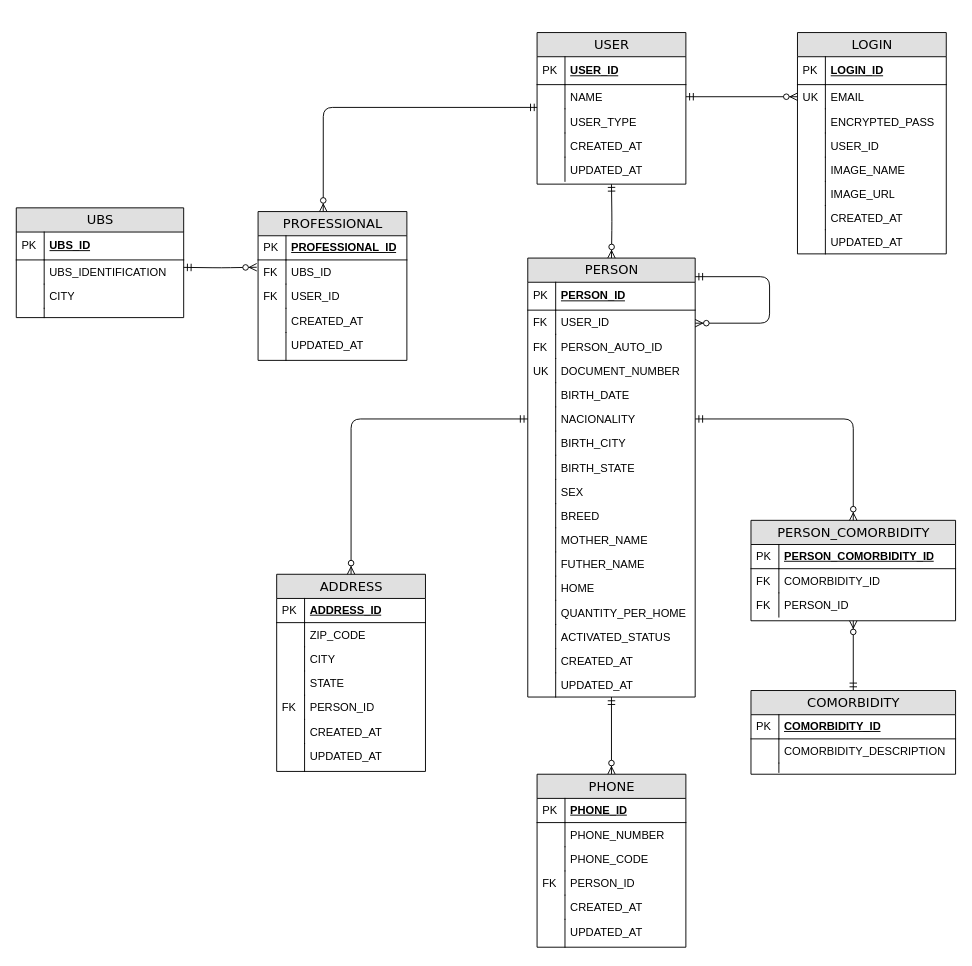
The draw.io diagram docs/modelagem/modelagem.drawio in mecassauro/docs, before the edit. Source tidied: cells renumbered, new cells numbered last; positions are measured from the earlier drawing's top-left corner, leaving out a move shared by most shapes. Both pictures are drawn from the tidied source at 93%, with x=0, y=0 at pixel (16, 33).
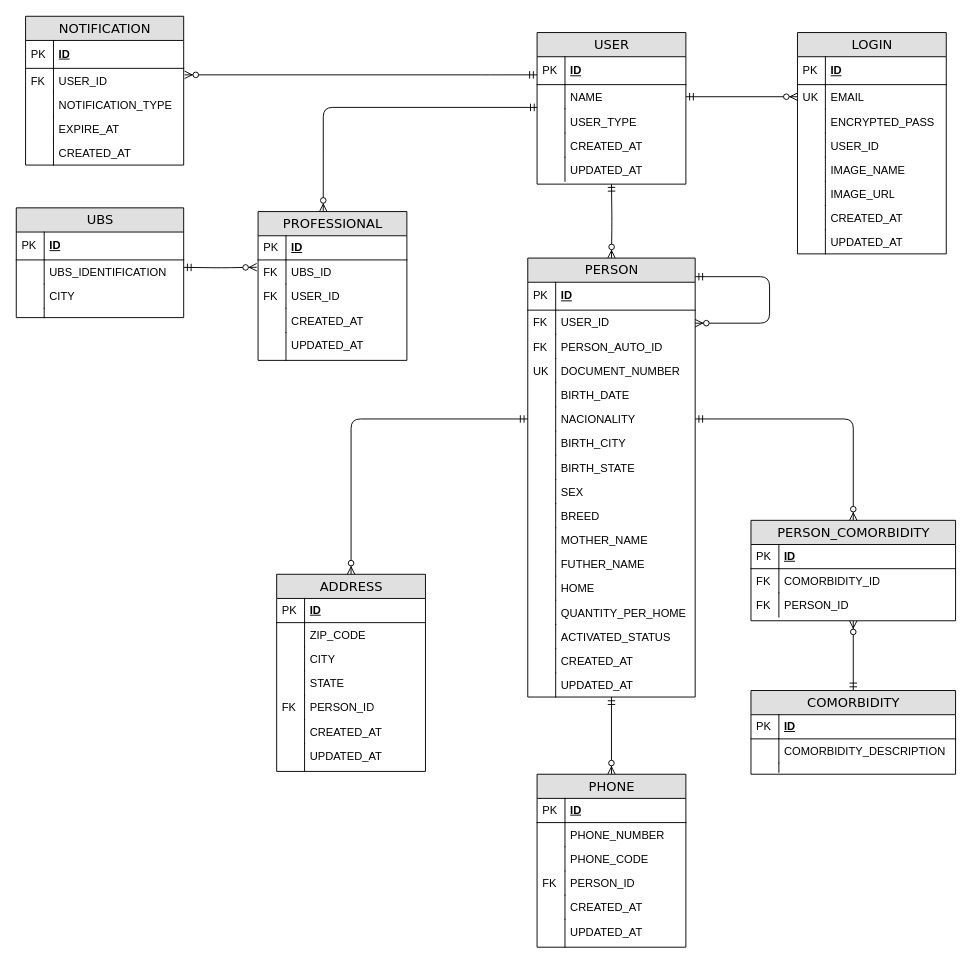
The same page after the edit.

Commit message (it also covers changes not shown here):
Adicionando nova tabela ao banco de dados, a NOTIFICATION

The change refers to these unchanged cells:
```xml
<mxCell id="2" value="PROFESSIONAL" style="swimlane;html=1;fontStyle=0;horizontal=1;startSize=26;fillColor=#e0e0e0;swimlaneFillColor=#ffffff;align=center;rounded=0;shadow=0;comic=0;labelBackgroundColor=none;strokeWidth=1;fontFamily=Verdana;fontSize=14;" parent="1" vertex="1">
  <mxGeometry x="260" y="192" width="160" height="160" as="geometry" />
</mxCell>
<mxCell id="13" value="PERSON" style="swimlane;html=1;fontStyle=0;horizontal=1;startSize=26;fillColor=#e0e0e0;swimlaneFillColor=#ffffff;align=center;rounded=0;shadow=0;comic=0;labelBackgroundColor=none;strokeWidth=1;fontFamily=Verdana;fontSize=14;" parent="1" vertex="1">
  <mxGeometry x="550" y="242" width="180" height="472" as="geometry" />
</mxCell>
<mxCell id="49" value="UBS" style="swimlane;html=1;fontStyle=0;horizontal=1;startSize=26;fillColor=#e0e0e0;swimlaneFillColor=#ffffff;align=center;rounded=0;shadow=0;comic=0;labelBackgroundColor=none;strokeWidth=1;fontFamily=Verdana;fontSize=14;" parent="1" vertex="1">
  <mxGeometry y="188" width="180" height="118" as="geometry" />
</mxCell>
<mxCell id="58" value="ADDRESS" style="swimlane;html=1;fontStyle=0;horizontal=1;startSize=26;fillColor=#e0e0e0;swimlaneFillColor=#ffffff;align=center;rounded=0;shadow=0;comic=0;labelBackgroundColor=none;strokeWidth=1;fontFamily=Verdana;fontSize=14;" parent="1" vertex="1">
  <mxGeometry x="280" y="582" width="160" height="212" as="geometry" />
</mxCell>
<mxCell id="73" value="PERSON_COMORBIDITY" style="swimlane;html=1;fontStyle=0;horizontal=1;startSize=26;fillColor=#e0e0e0;swimlaneFillColor=#ffffff;align=center;rounded=0;shadow=0;comic=0;labelBackgroundColor=none;strokeWidth=1;fontFamily=Verdana;fontSize=14;" parent="1" vertex="1">
  <mxGeometry x="790" y="524" width="220" height="108" as="geometry" />
</mxCell>
<mxCell id="84" value="COMORBIDITY" style="swimlane;html=1;fontStyle=0;horizontal=1;startSize=26;fillColor=#e0e0e0;swimlaneFillColor=#ffffff;align=center;rounded=0;shadow=0;comic=0;labelBackgroundColor=none;strokeWidth=1;fontFamily=Verdana;fontSize=14;" parent="1" vertex="1">
  <mxGeometry x="790" y="707" width="220" height="90" as="geometry" />
</mxCell>
<mxCell id="95" value="USER" style="swimlane;html=1;fontStyle=0;horizontal=1;startSize=26;fillColor=#e0e0e0;swimlaneFillColor=#ffffff;align=center;rounded=0;shadow=0;comic=0;labelBackgroundColor=none;strokeWidth=1;fontFamily=Verdana;fontSize=14;swimlaneLine=1;" parent="1" vertex="1">
  <mxGeometry x="560" y="-0.5" width="160" height="163" as="geometry" />
</mxCell>
<mxCell id="106" value="LOGIN" style="swimlane;html=1;fontStyle=0;horizontal=1;startSize=26;fillColor=#e0e0e0;swimlaneFillColor=#ffffff;align=center;rounded=0;shadow=0;comic=0;labelBackgroundColor=none;strokeWidth=1;fontFamily=Verdana;fontSize=14;swimlaneLine=1;" parent="1" vertex="1">
  <mxGeometry x="840" y="-0.5" width="160" height="238" as="geometry" />
</mxCell>
<mxCell id="123" value="PHONE" style="swimlane;html=1;fontStyle=0;horizontal=1;startSize=26;fillColor=#e0e0e0;swimlaneFillColor=#ffffff;align=center;rounded=0;shadow=0;comic=0;labelBackgroundColor=none;strokeWidth=1;fontFamily=Verdana;fontSize=14;" parent="1" vertex="1">
  <mxGeometry x="560" y="797" width="160" height="186" as="geometry" />
</mxCell>
```

What changed in the source:
```diff
@@
-    <mxCell id="3" value="PROFESSIONAL_ID" style="shape=partialRectangle;top=0;left=0;right=0;bottom=1;html=1;align=left;verticalAlign=middle;fillColor=none;spacingLeft=34;spacingRight=4;whiteSpace=wrap;overflow=hidden;fontStyle=5;" parent="2" vertex="1">
+    <mxCell id="3" value="ID" style="shape=partialRectangle;top=0;left=0;right=0;bottom=1;html=1;align=left;verticalAlign=middle;fillColor=none;spacingLeft=34;spacingRight=4;whiteSpace=wrap;overflow=hidden;fontStyle=5;" parent="2" vertex="1">
       <mxGeometry y="26" width="160" height="26" as="geometry" />
     </mxCell>
@@
-    <mxCell id="14" value="PERSON_ID" style="shape=partialRectangle;top=0;left=0;right=0;bottom=1;html=1;align=left;verticalAlign=middle;fillColor=none;spacingLeft=34;spacingRight=4;whiteSpace=wrap;overflow=hidden;fontStyle=5;" parent="13" vertex="1">
+    <mxCell id="14" value="ID" style="shape=partialRectangle;top=0;left=0;right=0;bottom=1;html=1;align=left;verticalAlign=middle;fillColor=none;spacingLeft=34;spacingRight=4;whiteSpace=wrap;overflow=hidden;fontStyle=5;" parent="13" vertex="1">
       <mxGeometry y="26" width="180" height="30" as="geometry" />
     </mxCell>
@@
-    <mxCell id="50" value="UBS_ID" style="shape=partialRectangle;top=0;left=0;right=0;bottom=1;html=1;align=left;verticalAlign=middle;fillColor=none;spacingLeft=34;spacingRight=4;whiteSpace=wrap;overflow=hidden;fontStyle=5;" parent="49" vertex="1">
+    <mxCell id="50" value="ID" style="shape=partialRectangle;top=0;left=0;right=0;bottom=1;html=1;align=left;verticalAlign=middle;fillColor=none;spacingLeft=34;spacingRight=4;whiteSpace=wrap;overflow=hidden;fontStyle=5;" parent="49" vertex="1">
       <mxGeometry y="26" width="180" height="30" as="geometry" />
     </mxCell>
@@
-    <mxCell id="59" value="ADDRESS_ID" style="shape=partialRectangle;top=0;left=0;right=0;bottom=1;html=1;align=left;verticalAlign=middle;fillColor=none;spacingLeft=34;spacingRight=4;whiteSpace=wrap;overflow=hidden;fontStyle=5;" parent="58" vertex="1">
+    <mxCell id="59" value="ID" style="shape=partialRectangle;top=0;left=0;right=0;bottom=1;html=1;align=left;verticalAlign=middle;fillColor=none;spacingLeft=34;spacingRight=4;whiteSpace=wrap;overflow=hidden;fontStyle=5;" parent="58" vertex="1">
       <mxGeometry y="26" width="160" height="26" as="geometry" />
     </mxCell>
@@
-    <mxCell id="74" value="PERSON_COMORBIDITY_ID" style="shape=partialRectangle;top=0;left=0;right=0;bottom=1;html=1;align=left;verticalAlign=middle;fillColor=none;spacingLeft=34;spacingRight=4;whiteSpace=wrap;overflow=hidden;fontStyle=5;" parent="73" vertex="1">
+    <mxCell id="74" value="ID" style="shape=partialRectangle;top=0;left=0;right=0;bottom=1;html=1;align=left;verticalAlign=middle;fillColor=none;spacingLeft=34;spacingRight=4;whiteSpace=wrap;overflow=hidden;fontStyle=5;" parent="73" vertex="1">
       <mxGeometry y="26" width="220" height="26" as="geometry" />
     </mxCell>
@@
-    <mxCell id="85" value="COMORBIDITY_ID" style="shape=partialRectangle;top=0;left=0;right=0;bottom=1;html=1;align=left;verticalAlign=middle;fillColor=none;spacingLeft=34;spacingRight=4;whiteSpace=wrap;overflow=hidden;fontStyle=5;" parent="84" vertex="1">
+    <mxCell id="85" value="ID" style="shape=partialRectangle;top=0;left=0;right=0;bottom=1;html=1;align=left;verticalAlign=middle;fillColor=none;spacingLeft=34;spacingRight=4;whiteSpace=wrap;overflow=hidden;fontStyle=5;" parent="84" vertex="1">
       <mxGeometry y="26" width="220" height="26" as="geometry" />
     </mxCell>
@@
-    <mxCell id="96" value="USER_ID" style="shape=partialRectangle;top=0;left=0;right=0;bottom=1;html=1;align=left;verticalAlign=middle;fillColor=none;spacingLeft=34;spacingRight=4;whiteSpace=wrap;overflow=hidden;points=[[0,0.5],[1,0.5]];portConstraint=eastwest;fontStyle=5;" parent="95" vertex="1">
+    <mxCell id="96" value="ID" style="shape=partialRectangle;top=0;left=0;right=0;bottom=1;html=1;align=left;verticalAlign=middle;fillColor=none;spacingLeft=34;spacingRight=4;whiteSpace=wrap;overflow=hidden;points=[[0,0.5],[1,0.5]];portConstraint=eastwest;fontStyle=5;" parent="95" vertex="1">
       <mxGeometry y="26" width="160" height="30" as="geometry" />
     </mxCell>
@@
-    <mxCell id="107" value="LOGIN_ID" style="shape=partialRectangle;top=0;left=0;right=0;bottom=1;html=1;align=left;verticalAlign=middle;fillColor=none;spacingLeft=34;spacingRight=4;whiteSpace=wrap;overflow=hidden;fontStyle=5;" parent="106" vertex="1">
+    <mxCell id="107" value="&lt;span&gt;ID&lt;/span&gt;" style="shape=partialRectangle;top=0;left=0;right=0;bottom=1;html=1;align=left;verticalAlign=middle;fillColor=none;spacingLeft=34;spacingRight=4;whiteSpace=wrap;overflow=hidden;fontStyle=5;" parent="106" vertex="1">
       <mxGeometry y="26" width="160" height="30" as="geometry" />
     </mxCell>
@@
-    <mxCell id="124" value="PHONE_ID" style="shape=partialRectangle;top=0;left=0;right=0;bottom=1;html=1;align=left;verticalAlign=middle;fillColor=none;spacingLeft=34;spacingRight=4;whiteSpace=wrap;overflow=hidden;fontStyle=5;" parent="123" vertex="1">
+    <mxCell id="124" value="ID" style="shape=partialRectangle;top=0;left=0;right=0;bottom=1;html=1;align=left;verticalAlign=middle;fillColor=none;spacingLeft=34;spacingRight=4;whiteSpace=wrap;overflow=hidden;fontStyle=5;" parent="123" vertex="1">
       <mxGeometry y="26" width="160" height="26" as="geometry" />
     </mxCell>
@@
+    <mxCell id="136" value="NOTIFICATION" style="swimlane;html=1;fontStyle=0;horizontal=1;startSize=26;fillColor=#e0e0e0;swimlaneFillColor=#ffffff;align=center;rounded=0;shadow=0;comic=0;labelBackgroundColor=none;strokeWidth=1;fontFamily=Verdana;fontSize=14;swimlaneLine=1;" parent="1" vertex="1">
+      <mxGeometry x="10" y="-18" width="170" height="160" as="geometry" />
+    </mxCell>
+    <mxCell id="137" value="ID" style="shape=partialRectangle;top=0;left=0;right=0;bottom=1;html=1;align=left;verticalAlign=middle;fillColor=none;spacingLeft=34;spacingRight=4;whiteSpace=wrap;overflow=hidden;fontStyle=5;" parent="136" vertex="1">
+      <mxGeometry y="26" width="170" height="30" as="geometry" />
+    </mxCell>
+    <mxCell id="138" value="PK" style="shape=partialRectangle;top=0;left=0;bottom=0;html=1;fillColor=none;align=left;verticalAlign=middle;spacingLeft=4;spacingRight=4;whiteSpace=wrap;overflow=hidden;" parent="137" vertex="1">
+      <mxGeometry width="30" height="30" as="geometry" />
+    </mxCell>
+    <mxCell id="139" value="USER_ID" style="shape=partialRectangle;top=0;left=0;right=0;bottom=0;html=1;align=left;verticalAlign=top;fillColor=none;spacingLeft=34;spacingRight=4;whiteSpace=wrap;overflow=hidden;points=[[0,0.5],[1,0.5]];portConstraint=eastwest;" parent="136" vertex="1">
+      <mxGeometry y="56" width="170" height="26" as="geometry" />
+    </mxCell>
+    <mxCell id="140" value="FK" style="shape=partialRectangle;top=0;left=0;bottom=0;html=1;fillColor=none;align=left;verticalAlign=top;spacingLeft=4;spacingRight=4;whiteSpace=wrap;overflow=hidden;" parent="139" vertex="1">
+      <mxGeometry width="30" height="26" as="geometry" />
+    </mxCell>
+    <mxCell id="141" value="NOTIFICATION_TYPE" style="shape=partialRectangle;top=0;left=0;right=0;bottom=0;html=1;align=left;verticalAlign=top;fillColor=none;spacingLeft=34;spacingRight=4;whiteSpace=wrap;overflow=hidden;" parent="136" vertex="1">
+      <mxGeometry y="82" width="170" height="26" as="geometry" />
+    </mxCell>
+    <mxCell id="142" style="shape=partialRectangle;top=0;left=0;bottom=0;html=1;fillColor=none;align=left;verticalAlign=top;spacingLeft=4;spacingRight=4;whiteSpace=wrap;overflow=hidden;" parent="141" vertex="1">
+      <mxGeometry width="30" height="26" as="geometry" />
+    </mxCell>
+    <mxCell id="143" value="EXPIRE_AT" style="shape=partialRectangle;top=0;left=0;right=0;bottom=0;html=1;align=left;verticalAlign=top;fillColor=none;spacingLeft=34;spacingRight=4;whiteSpace=wrap;overflow=hidden;" parent="136" vertex="1">
+      <mxGeometry y="108" width="170" height="26" as="geometry" />
+    </mxCell>
+    <mxCell id="144" style="shape=partialRectangle;top=0;left=0;bottom=0;html=1;fillColor=none;align=left;verticalAlign=top;spacingLeft=4;spacingRight=4;whiteSpace=wrap;overflow=hidden;" parent="143" vertex="1">
+      <mxGeometry width="30" height="26" as="geometry" />
+    </mxCell>
+    <mxCell id="145" value="CREATED_AT" style="shape=partialRectangle;top=0;left=0;right=0;bottom=0;html=1;align=left;verticalAlign=top;fillColor=none;spacingLeft=34;spacingRight=4;whiteSpace=wrap;overflow=hidden;" parent="136" vertex="1">
+      <mxGeometry y="134" width="170" height="26" as="geometry" />
+    </mxCell>
+    <mxCell id="146" style="shape=partialRectangle;top=0;left=0;bottom=0;html=1;fillColor=none;align=left;verticalAlign=top;spacingLeft=4;spacingRight=4;whiteSpace=wrap;overflow=hidden;" parent="145" vertex="1">
+      <mxGeometry width="30" height="26" as="geometry" />
+    </mxCell>
+    <mxCell id="147" style="edgeStyle=orthogonalEdgeStyle;html=1;endArrow=ERzeroToMany;startArrow=ERmandOne;labelBackgroundColor=none;fontFamily=Verdana;fontSize=14;entryX=1.006;entryY=0.269;entryDx=0;entryDy=0;entryPerimeter=0;" parent="1" edge="1" source="96" target="139">
+      <mxGeometry relative="1" as="geometry">
+        <Array as="points">
+          <mxPoint x="510" y="45" />
+          <mxPoint x="510" y="45" />
+        </Array>
+      </mxGeometry>
+    </mxCell>
```
